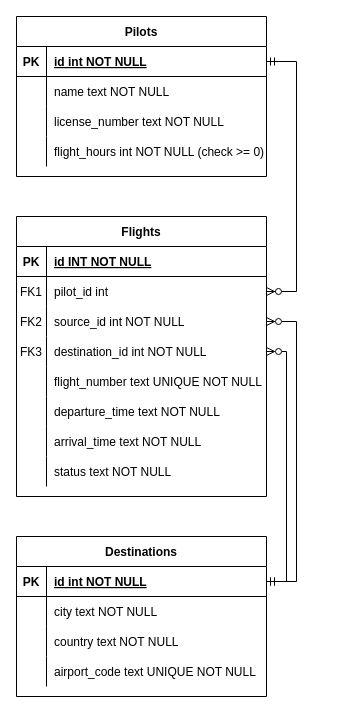
rv-solomasov/SQLFlightManagementApp keeps this draw.io diagram as erd.drawio. Above is the earlier version. Source tidied: cells renumbered, new cells numbered last; positions are measured from the earlier drawing's top-left corner, leaving out a move shared by most shapes. Both pictures are drawn from the tidied source at 100%, with x=0, y=0 at pixel (16, 16).
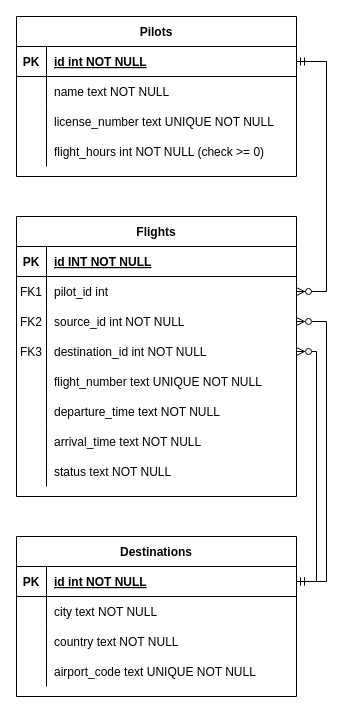
After the change.

What changed in the source:
```diff
@@
     <mxCell id="3" style="edgeStyle=entityRelationEdgeStyle;endArrow=ERmandOne;startArrow=ERzeroToMany;endFill=0;startFill=0;exitX=1;exitY=0.5;exitDx=0;exitDy=0;entryX=1;entryY=0.5;entryDx=0;entryDy=0;rounded=0;curved=0;" parent="1" edge="1" source="11" target="30">
       <mxGeometry relative="1" as="geometry">
         <Array as="points">
-          <mxPoint x="450" y="300" />
-          <mxPoint x="440" y="435" />
+          <mxPoint x="480" y="300" />
+          <mxPoint x="470" y="435" />
         </Array>
       </mxGeometry>
     </mxCell>
     <mxCell id="4" value="Flights" style="shape=table;startSize=30;childLayout=tableLayout;rowLines=0;fontStyle=1;align=center;" parent="1" vertex="1">
-      <mxGeometry y="200" width="250" height="280" as="geometry" />
+      <mxGeometry y="200" width="280" height="280" as="geometry" />
     </mxCell>
     <mxCell id="5" style="shape=partialRectangle;fillColor=none;top=0;left=0;right=0;bottom=1;" parent="4" vertex="1">
-      <mxGeometry y="30" width="250" height="30" as="geometry" />
+      <mxGeometry y="30" width="280" height="30" as="geometry" />
     </mxCell>
@@
     <mxCell id="7" value="id INT NOT NULL" style="shape=partialRectangle;overflow=hidden;fillColor=none;top=0;left=0;bottom=0;right=0;align=left;spacingLeft=6;fontStyle=5;" parent="5" vertex="1">
-      <mxGeometry x="30" width="220" height="30" as="geometry" />
+      <mxGeometry x="30" width="250" height="30" as="geometry" />
     </mxCell>
     <mxCell id="8" style="shape=partialRectangle;fillColor=none;points=[[0,0.5],[1,0.5]];portConstraint=eastwest;top=0;left=0;right=0;bottom=0;" parent="4" vertex="1">
-      <mxGeometry y="60" width="250" height="30" as="geometry" />
+      <mxGeometry y="60" width="280" height="30" as="geometry" />
     </mxCell>
@@
     <mxCell id="10" value="pilot_id int" style="shape=partialRectangle;overflow=hidden;fillColor=none;top=0;left=0;bottom=0;right=0;align=left;spacingLeft=6;" parent="8" vertex="1">
-      <mxGeometry x="30" width="220" height="30" as="geometry" />
+      <mxGeometry x="30" width="250" height="30" as="geometry" />
     </mxCell>
     <mxCell id="11" style="shape=partialRectangle;fillColor=none;points=[[0,0.5],[1,0.5]];portConstraint=eastwest;top=0;left=0;right=0;bottom=0;" parent="4" vertex="1">
-      <mxGeometry y="90" width="250" height="30" as="geometry" />
+      <mxGeometry y="90" width="280" height="30" as="geometry" />
     </mxCell>
@@
     <mxCell id="13" value="source_id int NOT NULL" style="shape=partialRectangle;overflow=hidden;fillColor=none;top=0;left=0;bottom=0;right=0;align=left;spacingLeft=6;" parent="11" vertex="1">
-      <mxGeometry x="30" width="220" height="30" as="geometry" />
+      <mxGeometry x="30" width="250" height="30" as="geometry" />
     </mxCell>
     <mxCell id="14" style="shape=partialRectangle;fillColor=none;points=[[0,0.5],[1,0.5]];portConstraint=eastwest;top=0;left=0;right=0;bottom=0;" parent="4" vertex="1">
-      <mxGeometry y="120" width="250" height="30" as="geometry" />
+      <mxGeometry y="120" width="280" height="30" as="geometry" />
     </mxCell>
@@
     <mxCell id="16" value="destination_id int NOT NULL" style="shape=partialRectangle;overflow=hidden;fillColor=none;top=0;left=0;bottom=0;right=0;align=left;spacingLeft=6;" parent="14" vertex="1">
-      <mxGeometry x="30" width="220" height="30" as="geometry" />
+      <mxGeometry x="30" width="250" height="30" as="geometry" />
     </mxCell>
     <mxCell id="17" style="shape=partialRectangle;fillColor=none;top=0;left=0;right=0;bottom=0;" parent="4" vertex="1">
-      <mxGeometry y="150" width="250" height="30" as="geometry" />
+      <mxGeometry y="150" width="280" height="30" as="geometry" />
     </mxCell>
@@
     <mxCell id="19" value="flight_number text UNIQUE NOT NULL" style="shape=partialRectangle;overflow=hidden;fillColor=none;top=0;left=0;bottom=0;right=0;align=left;spacingLeft=6;" parent="17" vertex="1">
-      <mxGeometry x="30" width="220" height="30" as="geometry" />
+      <mxGeometry x="30" width="250" height="30" as="geometry" />
     </mxCell>
     <mxCell id="20" style="shape=partialRectangle;fillColor=none;top=0;left=0;right=0;bottom=0;" parent="4" vertex="1">
-      <mxGeometry y="180" width="250" height="30" as="geometry" />
+      <mxGeometry y="180" width="280" height="30" as="geometry" />
     </mxCell>
@@
     <mxCell id="22" value="departure_time text NOT NULL" style="shape=partialRectangle;overflow=hidden;fillColor=none;top=0;left=0;bottom=0;right=0;align=left;spacingLeft=6;" parent="20" vertex="1">
-      <mxGeometry x="30" width="220" height="30" as="geometry" />
+      <mxGeometry x="30" width="250" height="30" as="geometry" />
     </mxCell>
     <mxCell id="23" style="shape=partialRectangle;fillColor=none;top=0;left=0;right=0;bottom=0;" parent="4" vertex="1">
-      <mxGeometry y="210" width="250" height="30" as="geometry" />
+      <mxGeometry y="210" width="280" height="30" as="geometry" />
     </mxCell>
@@
     <mxCell id="25" value="arrival_time text NOT NULL" style="shape=partialRectangle;overflow=hidden;fillColor=none;top=0;left=0;bottom=0;right=0;align=left;spacingLeft=6;" parent="23" vertex="1">
-      <mxGeometry x="30" width="220" height="30" as="geometry" />
+      <mxGeometry x="30" width="250" height="30" as="geometry" />
     </mxCell>
     <mxCell id="26" style="shape=partialRectangle;fillColor=none;top=0;left=0;right=0;bottom=0;" parent="4" vertex="1">
-      <mxGeometry y="240" width="250" height="30" as="geometry" />
+      <mxGeometry y="240" width="280" height="30" as="geometry" />
     </mxCell>
@@
     <mxCell id="28" value="status text NOT NULL" style="shape=partialRectangle;overflow=hidden;fillColor=none;top=0;left=0;bottom=0;right=0;align=left;spacingLeft=6;" parent="26" vertex="1">
-      <mxGeometry x="30" width="220" height="30" as="geometry" />
+      <mxGeometry x="30" width="250" height="30" as="geometry" />
     </mxCell>
     <mxCell id="29" value="Destinations" style="shape=table;startSize=30;childLayout=tableLayout;rowLines=0;fontStyle=1;align=center;" parent="1" vertex="1">
-      <mxGeometry y="520" width="250" height="160" as="geometry" />
+      <mxGeometry y="520" width="280" height="160" as="geometry" />
     </mxCell>
     <mxCell id="30" style="shape=partialRectangle;fillColor=none;points=[[0,0.5],[1,0.5]];portConstraint=eastwest;top=0;left=0;right=0;bottom=1;" parent="29" vertex="1">
-      <mxGeometry y="30" width="250" height="30" as="geometry" />
+      <mxGeometry y="30" width="280" height="30" as="geometry" />
     </mxCell>
@@
     <mxCell id="32" value="id int NOT NULL " style="shape=partialRectangle;overflow=hidden;fillColor=none;top=0;left=0;bottom=0;right=0;align=left;spacingLeft=6;fontStyle=5;" parent="30" vertex="1">
-      <mxGeometry x="30" width="220" height="30" as="geometry" />
+      <mxGeometry x="30" width="250" height="30" as="geometry" />
     </mxCell>
     <mxCell id="33" style="shape=partialRectangle;fillColor=none;top=0;left=0;right=0;bottom=0;" parent="29" vertex="1">
-      <mxGeometry y="60" width="250" height="30" as="geometry" />
+      <mxGeometry y="60" width="280" height="30" as="geometry" />
     </mxCell>
@@
     <mxCell id="35" value="city text NOT NULL" style="shape=partialRectangle;overflow=hidden;fillColor=none;top=0;left=0;bottom=0;right=0;align=left;spacingLeft=6;" parent="33" vertex="1">
-      <mxGeometry x="30" width="220" height="30" as="geometry" />
+      <mxGeometry x="30" width="250" height="30" as="geometry" />
     </mxCell>
     <mxCell id="36" style="shape=partialRectangle;fillColor=none;top=0;left=0;right=0;bottom=0;" parent="29" vertex="1">
-      <mxGeometry y="90" width="250" height="30" as="geometry" />
+      <mxGeometry y="90" width="280" height="30" as="geometry" />
     </mxCell>
@@
     <mxCell id="38" value="country text NOT NULL" style="shape=partialRectangle;overflow=hidden;fillColor=none;top=0;left=0;bottom=0;right=0;align=left;spacingLeft=6;" parent="36" vertex="1">
-      <mxGeometry x="30" width="220" height="30" as="geometry" />
+      <mxGeometry x="30" width="250" height="30" as="geometry" />
     </mxCell>
     <mxCell id="39" style="shape=partialRectangle;fillColor=none;top=0;left=0;right=0;bottom=0;" parent="29" vertex="1">
-      <mxGeometry y="120" width="250" height="30" as="geometry" />
+      <mxGeometry y="120" width="280" height="30" as="geometry" />
     </mxCell>
@@
     <mxCell id="41" value="airport_code text UNIQUE NOT NULL" style="shape=partialRectangle;overflow=hidden;fillColor=none;top=0;left=0;bottom=0;right=0;align=left;spacingLeft=6;" parent="39" vertex="1">
-      <mxGeometry x="30" width="220" height="30" as="geometry" />
+      <mxGeometry x="30" width="250" height="30" as="geometry" />
     </mxCell>
     <mxCell id="42" value="Pilots" style="shape=table;startSize=30;childLayout=tableLayout;rowLines=0;fontStyle=1;align=center;" parent="1" vertex="1">
-      <mxGeometry width="250" height="160" as="geometry" />
+      <mxGeometry width="280" height="160" as="geometry" />
     </mxCell>
     <mxCell id="43" style="shape=partialRectangle;fillColor=none;points=[[0,0.5],[1,0.5]];portConstraint=eastwest;top=0;left=0;right=0;bottom=1;" parent="42" vertex="1">
-      <mxGeometry y="30" width="250" height="30" as="geometry" />
+      <mxGeometry y="30" width="280" height="30" as="geometry" />
     </mxCell>
@@
     <mxCell id="45" value="id int NOT NULL " style="shape=partialRectangle;overflow=hidden;fillColor=none;top=0;left=0;bottom=0;right=0;align=left;spacingLeft=6;fontStyle=5;" parent="43" vertex="1">
-      <mxGeometry x="30" width="220" height="30" as="geometry" />
+      <mxGeometry x="30" width="250" height="30" as="geometry" />
     </mxCell>
     <mxCell id="46" style="shape=partialRectangle;fillColor=none;top=0;left=0;right=0;bottom=0;" parent="42" vertex="1">
-      <mxGeometry y="60" width="250" height="30" as="geometry" />
+      <mxGeometry y="60" width="280" height="30" as="geometry" />
     </mxCell>
@@
     <mxCell id="48" value="name text NOT NULL" style="shape=partialRectangle;overflow=hidden;fillColor=none;top=0;left=0;bottom=0;right=0;align=left;spacingLeft=6;" parent="46" vertex="1">
-      <mxGeometry x="30" width="220" height="30" as="geometry" />
+      <mxGeometry x="30" width="250" height="30" as="geometry" />
     </mxCell>
     <mxCell id="49" style="shape=partialRectangle;fillColor=none;top=0;left=0;right=0;bottom=0;" parent="42" vertex="1">
-      <mxGeometry y="90" width="250" height="30" as="geometry" />
+      <mxGeometry y="90" width="280" height="30" as="geometry" />
     </mxCell>
@@
-    <mxCell id="51" value="license_number text NOT NULL" style="shape=partialRectangle;overflow=hidden;fillColor=none;top=0;left=0;bottom=0;right=0;align=left;spacingLeft=6;" parent="49" vertex="1">
-      <mxGeometry x="30" width="220" height="30" as="geometry" />
+    <mxCell id="51" value="license_number text UNIQUE NOT NULL" style="shape=partialRectangle;overflow=hidden;fillColor=none;top=0;left=0;bottom=0;right=0;align=left;spacingLeft=6;" parent="49" vertex="1">
+      <mxGeometry x="30" width="250" height="30" as="geometry" />
     </mxCell>
     <mxCell id="52" style="shape=partialRectangle;fillColor=none;top=0;left=0;right=0;bottom=0;" parent="42" vertex="1">
-      <mxGeometry y="120" width="250" height="30" as="geometry" />
+      <mxGeometry y="120" width="280" height="30" as="geometry" />
     </mxCell>
@@
     <mxCell id="54" value="flight_hours int NOT NULL (check &gt;= 0)" style="shape=partialRectangle;overflow=hidden;fillColor=none;top=0;left=0;bottom=0;right=0;align=left;spacingLeft=6;" parent="52" vertex="1">
-      <mxGeometry x="30" width="220" height="30" as="geometry" />
+      <mxGeometry x="30" width="250" height="30" as="geometry" />
     </mxCell>
```
